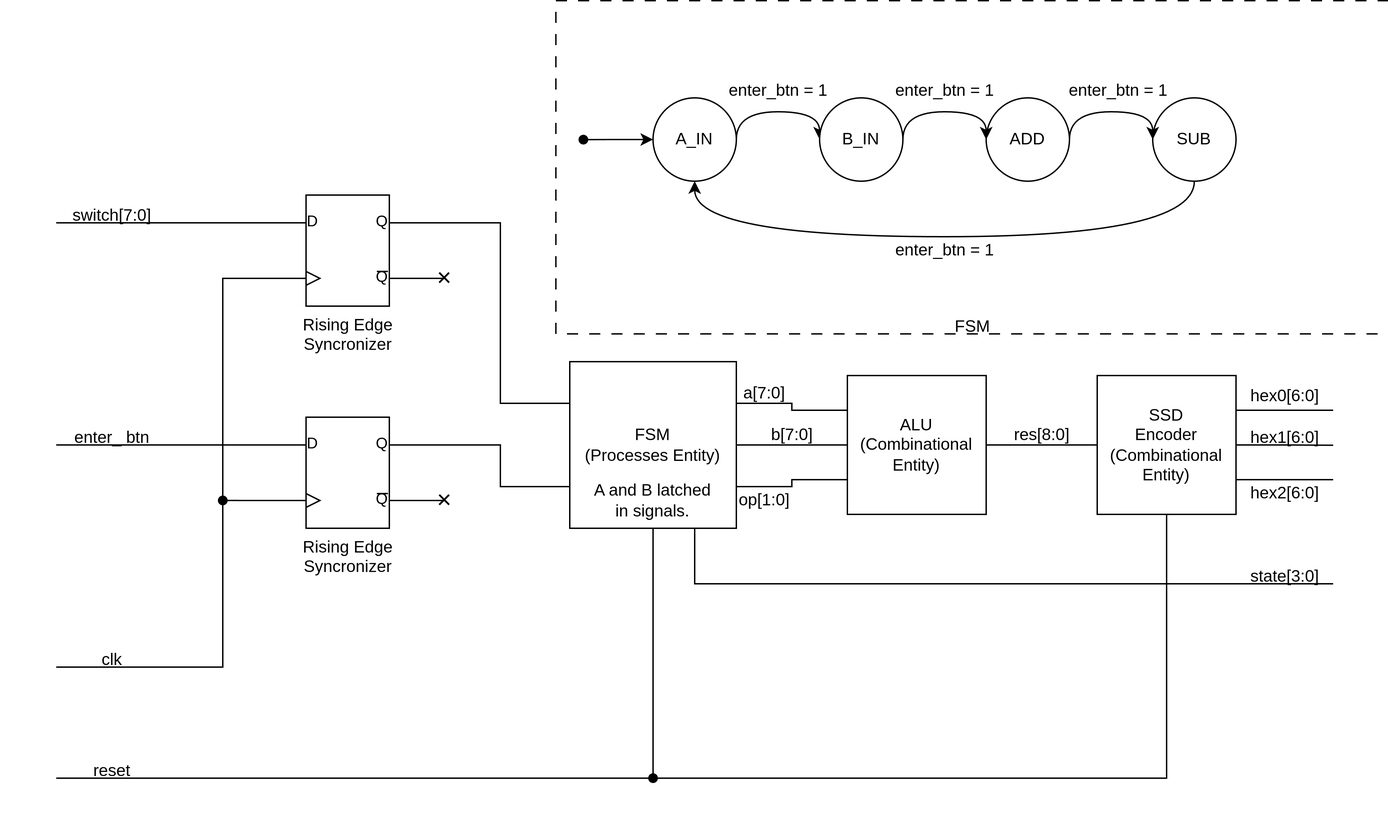
Earlier version of the draw.io export block_diagram.png (Jah-On/CPET_343_Lab_6). Source tidied: cells renumbered, new cells last; positions are measured from the earlier drawing's top-left corner, leaving out a move shared by most shapes.
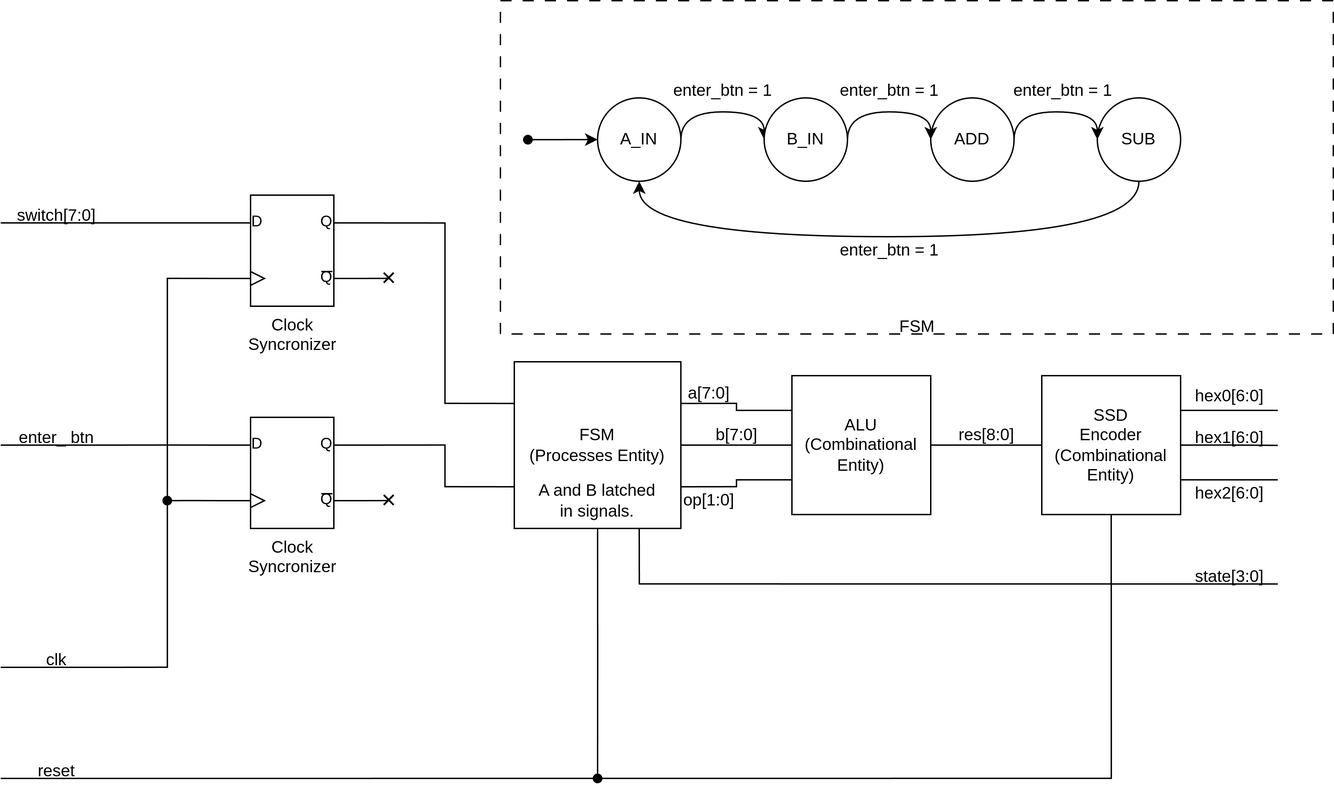
Later version of the same file.

Commit message:
Correct component names.

What changed in the source:
```diff
@@ -108,7 +108,7 @@
         </Array>
       </mxGeometry>
     </mxCell>
-    <mxCell id="26" value="Rising Edge&lt;div&gt;Syncronizer&lt;/div&gt;" style="verticalLabelPosition=bottom;shadow=0;dashed=0;align=center;html=1;verticalAlign=top;shape=mxgraph.electrical.logic_gates.d_type_flip-flop;" parent="1" vertex="1">
+    <mxCell id="26" value="&lt;div&gt;Clock&lt;/div&gt;&lt;div&gt;Syncronizer&lt;/div&gt;" style="verticalLabelPosition=bottom;shadow=0;dashed=0;align=center;html=1;verticalAlign=top;shape=mxgraph.electrical.logic_gates.d_type_flip-flop;" parent="1" vertex="1">
       <mxGeometry x="160" y="140" width="100" height="80" as="geometry" />
     </mxCell>
     <mxCell id="27" style="edgeStyle=orthogonalEdgeStyle;rounded=0;jettySize=auto;html=1;exitX=0;exitY=0.75;exitDx=0;exitDy=0;exitPerimeter=0;endArrow=oval;endFill=1;" parent="1" edge="1" source="30">
@@ -129,7 +129,7 @@
         </Array>
       </mxGeometry>
     </mxCell>
-    <mxCell id="30" value="Rising Edge&lt;div&gt;Syncronizer&lt;/div&gt;" style="verticalLabelPosition=bottom;shadow=0;dashed=0;align=center;html=1;verticalAlign=top;shape=mxgraph.electrical.logic_gates.d_type_flip-flop;" parent="1" vertex="1">
+    <mxCell id="30" value="Clock&lt;div&gt;&lt;div&gt;Syncronizer&lt;/div&gt;&lt;/div&gt;" style="verticalLabelPosition=bottom;shadow=0;dashed=0;align=center;html=1;verticalAlign=top;shape=mxgraph.electrical.logic_gates.d_type_flip-flop;" parent="1" vertex="1">
       <mxGeometry x="160" y="300" width="100" height="80" as="geometry" />
     </mxCell>
     <mxCell id="31" style="edgeStyle=orthogonalEdgeStyle;rounded=0;jettySize=auto;html=1;exitX=0;exitY=0.25;exitDx=0;exitDy=0;exitPerimeter=0;endArrow=none;startFill=0;" parent="1" edge="1" source="30">
```
